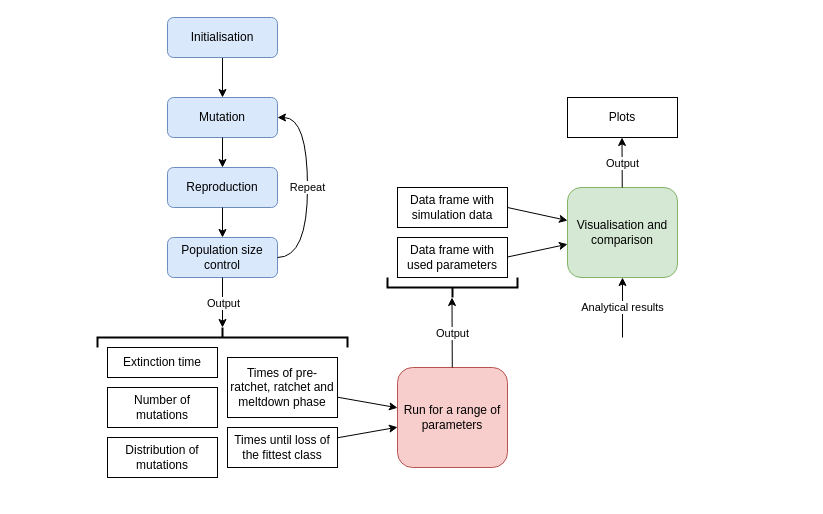
Earlier version of the draw.io diagram Untitled Diagram.drawio (LucyL-J/Time-to-mutational-meltdown). Source tidied: cells renumbered, new cells numbered last; positions are measured from the earlier drawing's top-left corner, leaving out a move shared by most shapes. Both pictures are drawn from the tidied source at 100%, with x=0, y=0 at pixel (97, 17).
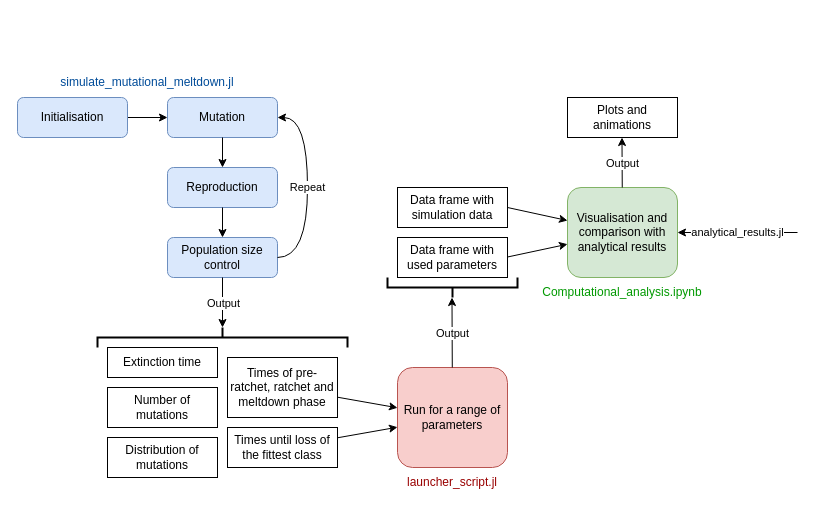
After the change.

Commit message:
Added the respective scripts

What changed in the source:
```diff
@@
-    <mxCell id="27" value="Visualisation and comparison" style="rounded=1;whiteSpace=wrap;html=1;fillColor=#d5e8d4;strokeColor=#82b366;" parent="1" vertex="1">
+    <mxCell id="27" value="Visualisation and comparison with analytical results" style="rounded=1;whiteSpace=wrap;html=1;fillColor=#d5e8d4;strokeColor=#82b366;" parent="1" vertex="1">
       <mxGeometry x="470" y="170" width="110" height="90" as="geometry" />
     </mxCell>
     <mxCell id="28" value="Initialisation" style="rounded=1;whiteSpace=wrap;html=1;fillColor=#dae8fc;strokeColor=#6c8ebf;" parent="1" vertex="1">
-      <mxGeometry x="70" width="110" height="40" as="geometry" />
+      <mxGeometry x="-80" y="80" width="110" height="40" as="geometry" />
     </mxCell>
-    <mxCell id="29" value="Analytical results" style="endArrow=classic;html=1;rounded=0;" parent="1" edge="1" target="27">
+    <mxCell id="29" value="analytical_results.jl" style="endArrow=classic;html=1;rounded=0;entryX=1;entryY=0.5;entryDx=0;entryDy=0;" parent="1" edge="1" target="27">
       <mxGeometry relative="1" as="geometry">
-        <mxPoint x="525" y="320" as="sourcePoint" />
+        <mxPoint x="700" y="215" as="sourcePoint" />
       </mxGeometry>
     </mxCell>
@@
-    <mxCell id="32" value="Plots" style="rounded=0;whiteSpace=wrap;html=1;" parent="1" vertex="1">
+    <mxCell id="32" value="Plots and animations" style="rounded=0;whiteSpace=wrap;html=1;" parent="1" vertex="1">
       <mxGeometry x="470" y="80" width="110" height="40" as="geometry" />
     </mxCell>
+    <mxCell id="33" value="simulate_mutational_meltdown.jl" style="text;html=1;strokeColor=none;fillColor=none;align=center;verticalAlign=middle;whiteSpace=wrap;rounded=0;fontColor=#004C99;" parent="1" vertex="1">
+      <mxGeometry x="-50" y="50" width="200" height="30" as="geometry" />
+    </mxCell>
+    <mxCell id="34" value="&lt;font color=&quot;#990000&quot;&gt;launcher_script.jl&lt;/font&gt;" style="text;html=1;strokeColor=none;fillColor=none;align=center;verticalAlign=middle;whiteSpace=wrap;rounded=0;fontColor=#004C99;" parent="1" vertex="1">
+      <mxGeometry x="255" y="450" width="200" height="30" as="geometry" />
+    </mxCell>
+    <mxCell id="35" value="&lt;font color=&quot;#009900&quot;&gt;Computational_analysis.ipynb&lt;/font&gt;" style="text;html=1;strokeColor=none;fillColor=none;align=center;verticalAlign=middle;whiteSpace=wrap;rounded=0;fontColor=#004C99;rotation=0;" parent="1" vertex="1">
+      <mxGeometry x="425" y="260" width="200" height="30" as="geometry" />
+    </mxCell>
```
